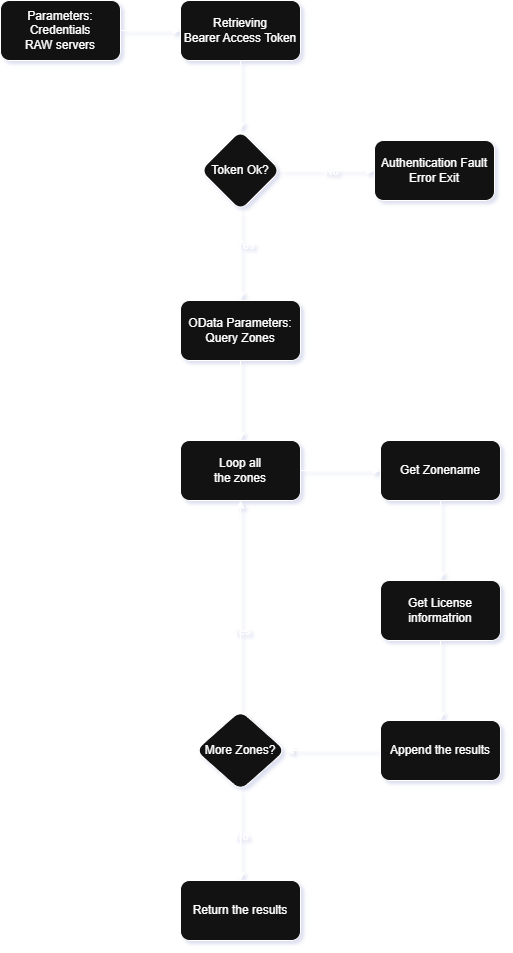
The draw.io diagram blog/2026-06-29-raw-restapi-licenses/img/diagram-process.png in Beijnes/Blogs, before a commit. Source tidied: cells renumbered, new cells last; positions are measured from the earlier drawing's top-left corner, leaving out a move shared by most shapes. Source of this version:
```xml
<mxGraphModel background="#ffffff" shadow="1">
  <root>
    <mxCell id="0" />
    <mxCell id="1" parent="0" />
    <mxCell id="2" style="edgeStyle=orthogonalEdgeStyle;rounded=1;jettySize=auto;html=1;labelBackgroundColor=none;fontColor=default;" parent="1" edge="1" source="3" target="5">
      <mxGeometry relative="1" as="geometry" />
    </mxCell>
    <mxCell id="3" value="Parameters:&lt;div&gt;Credentials&lt;/div&gt;&lt;div&gt;RAW servers&lt;/div&gt;" style="rounded=1;whiteSpace=wrap;html=1;labelBackgroundColor=none;" parent="1" vertex="1">
      <mxGeometry width="120" height="60" as="geometry" />
    </mxCell>
    <mxCell id="4" style="edgeStyle=orthogonalEdgeStyle;rounded=1;jettySize=auto;html=1;labelBackgroundColor=none;fontColor=default;" parent="1" edge="1" source="5" target="10">
      <mxGeometry relative="1" as="geometry" />
    </mxCell>
    <mxCell id="5" value="&lt;div&gt;Retrieving&lt;/div&gt;Bearer Access Token" style="whiteSpace=wrap;html=1;rounded=1;labelBackgroundColor=none;" parent="1" vertex="1">
      <mxGeometry x="180" width="120" height="60" as="geometry" />
    </mxCell>
    <mxCell id="6" style="edgeStyle=orthogonalEdgeStyle;rounded=1;jettySize=auto;html=1;labelBackgroundColor=none;fontColor=default;" parent="1" edge="1" source="10" target="11">
      <mxGeometry relative="1" as="geometry" />
    </mxCell>
    <mxCell id="7" value="No" style="edgeLabel;html=1;align=center;verticalAlign=middle;labelBackgroundColor=none;rounded=1;" parent="6" vertex="1">
      <mxGeometry x="0.13" y="-3" relative="1" as="geometry">
        <mxPoint x="-3" y="-3" as="offset" />
      </mxGeometry>
    </mxCell>
    <mxCell id="8" style="edgeStyle=orthogonalEdgeStyle;rounded=1;jettySize=auto;html=1;labelBackgroundColor=none;fontColor=default;" parent="1" edge="1" source="10" target="13">
      <mxGeometry relative="1" as="geometry" />
    </mxCell>
    <mxCell id="9" value="Yes" style="edgeLabel;html=1;align=center;verticalAlign=middle;labelBackgroundColor=none;rounded=1;" parent="8" vertex="1">
      <mxGeometry x="-0.23" y="4" relative="1" as="geometry" />
    </mxCell>
    <mxCell id="10" value="Token Ok?" style="rhombus;whiteSpace=wrap;html=1;rounded=1;labelBackgroundColor=none;" parent="1" vertex="1">
      <mxGeometry x="200" y="130" width="80" height="80" as="geometry" />
    </mxCell>
    <mxCell id="11" value="Authentication Fault&lt;div&gt;Error Exit&lt;/div&gt;" style="whiteSpace=wrap;html=1;rounded=1;labelBackgroundColor=none;" parent="1" vertex="1">
      <mxGeometry x="374" y="140" width="120" height="60" as="geometry" />
    </mxCell>
    <mxCell id="12" style="edgeStyle=orthogonalEdgeStyle;rounded=1;jettySize=auto;html=1;labelBackgroundColor=none;fontColor=default;" parent="1" edge="1" source="13" target="15">
      <mxGeometry relative="1" as="geometry" />
    </mxCell>
    <mxCell id="13" value="OData Parameters:&lt;div&gt;Query Zones&lt;/div&gt;" style="whiteSpace=wrap;html=1;rounded=1;labelBackgroundColor=none;" parent="1" vertex="1">
      <mxGeometry x="180" y="300" width="120" height="60" as="geometry" />
    </mxCell>
    <mxCell id="14" style="edgeStyle=orthogonalEdgeStyle;rounded=1;jettySize=auto;html=1;labelBackgroundColor=none;fontColor=default;" parent="1" edge="1" source="15" target="17">
      <mxGeometry relative="1" as="geometry" />
    </mxCell>
    <mxCell id="15" value="Loop all&lt;div&gt;&lt;span style=&quot;background-color: transparent; color: light-dark(rgb(0, 0, 0), rgb(255, 255, 255));&quot;&gt;the zones&lt;/span&gt;&lt;/div&gt;" style="whiteSpace=wrap;html=1;rounded=1;labelBackgroundColor=none;" parent="1" vertex="1">
      <mxGeometry x="180" y="440" width="120" height="60" as="geometry" />
    </mxCell>
    <mxCell id="16" style="edgeStyle=orthogonalEdgeStyle;rounded=1;jettySize=auto;html=1;labelBackgroundColor=none;fontColor=default;" parent="1" edge="1" source="17" target="19">
      <mxGeometry relative="1" as="geometry" />
    </mxCell>
    <mxCell id="17" value="Get Zonename" style="whiteSpace=wrap;html=1;rounded=1;labelBackgroundColor=none;" parent="1" vertex="1">
      <mxGeometry x="380" y="440" width="120" height="60" as="geometry" />
    </mxCell>
    <mxCell id="18" style="edgeStyle=orthogonalEdgeStyle;rounded=1;jettySize=auto;html=1;labelBackgroundColor=none;fontColor=default;" parent="1" edge="1" source="19" target="21">
      <mxGeometry relative="1" as="geometry" />
    </mxCell>
    <mxCell id="19" value="Get License i&lt;span style=&quot;background-color: transparent; color: light-dark(rgb(0, 0, 0), rgb(255, 255, 255));&quot;&gt;nformatrion&lt;/span&gt;" style="whiteSpace=wrap;html=1;rounded=1;labelBackgroundColor=none;" parent="1" vertex="1">
      <mxGeometry x="380" y="580" width="120" height="60" as="geometry" />
    </mxCell>
    <mxCell id="20" style="edgeStyle=orthogonalEdgeStyle;rounded=1;jettySize=auto;html=1;labelBackgroundColor=none;fontColor=default;" parent="1" edge="1" source="21" target="26">
      <mxGeometry relative="1" as="geometry" />
    </mxCell>
    <mxCell id="21" value="Append the results" style="whiteSpace=wrap;html=1;rounded=1;labelBackgroundColor=none;" parent="1" vertex="1">
      <mxGeometry x="380" y="720" width="120" height="60" as="geometry" />
    </mxCell>
    <mxCell id="22" style="edgeStyle=orthogonalEdgeStyle;rounded=1;jettySize=auto;html=1;entryX=0.5;entryY=1;entryDx=0;entryDy=0;labelBackgroundColor=none;fontColor=default;" parent="1" edge="1" source="26" target="15">
      <mxGeometry relative="1" as="geometry" />
    </mxCell>
    <mxCell id="23" value="Yes" style="edgeLabel;html=1;align=center;verticalAlign=middle;labelBackgroundColor=none;rounded=1;" parent="22" vertex="1">
      <mxGeometry x="-0.23" relative="1" as="geometry" />
    </mxCell>
    <mxCell id="24" style="edgeStyle=orthogonalEdgeStyle;rounded=1;jettySize=auto;html=1;labelBackgroundColor=none;fontColor=default;" parent="1" edge="1" source="26" target="27">
      <mxGeometry relative="1" as="geometry" />
    </mxCell>
    <mxCell id="25" value="No" style="edgeLabel;html=1;align=center;verticalAlign=middle;labelBackgroundColor=none;rounded=1;" parent="24" vertex="1">
      <mxGeometry x="0.01" relative="1" as="geometry" />
    </mxCell>
    <mxCell id="26" value="More Zones?" style="rhombus;whiteSpace=wrap;html=1;rounded=1;labelBackgroundColor=none;" parent="1" vertex="1">
      <mxGeometry x="195" y="710" width="90" height="80" as="geometry" />
    </mxCell>
    <mxCell id="27" value="Return the results" style="whiteSpace=wrap;html=1;rounded=1;labelBackgroundColor=none;" parent="1" vertex="1">
      <mxGeometry x="180" y="880" width="120" height="60" as="geometry" />
    </mxCell>
  </root>
</mxGraphModel>
```
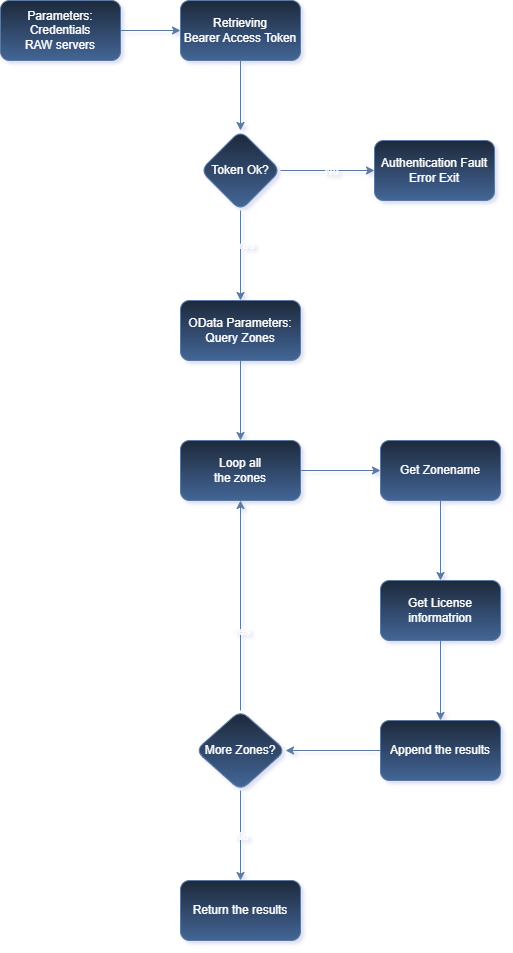
Above is the later version.

Diff of the diagram source:
```diff
@@ -2,19 +2,19 @@
   <root>
     <mxCell id="0" />
     <mxCell id="1" parent="0" />
-    <mxCell id="2" style="edgeStyle=orthogonalEdgeStyle;rounded=1;jettySize=auto;html=1;labelBackgroundColor=none;fontColor=default;" parent="1" edge="1" source="3" target="5">
+    <mxCell id="2" style="edgeStyle=orthogonalEdgeStyle;rounded=1;jettySize=auto;html=1;labelBackgroundColor=none;fontColor=default;fillColor=#dae8fc;strokeColor=#6c8ebf;gradientColor=#7ea6e0;" parent="1" edge="1" source="3" target="5">
       <mxGeometry relative="1" as="geometry" />
     </mxCell>
-    <mxCell id="3" value="Parameters:&lt;div&gt;Credentials&lt;/div&gt;&lt;div&gt;RAW servers&lt;/div&gt;" style="rounded=1;whiteSpace=wrap;html=1;labelBackgroundColor=none;" parent="1" vertex="1">
+    <mxCell id="3" value="Parameters:&lt;div&gt;Credentials&lt;/div&gt;&lt;div&gt;RAW servers&lt;/div&gt;" style="rounded=1;whiteSpace=wrap;html=1;labelBackgroundColor=none;fillColor=#dae8fc;strokeColor=#6c8ebf;gradientColor=#7ea6e0;" parent="1" vertex="1">
       <mxGeometry width="120" height="60" as="geometry" />
     </mxCell>
-    <mxCell id="4" style="edgeStyle=orthogonalEdgeStyle;rounded=1;jettySize=auto;html=1;labelBackgroundColor=none;fontColor=default;" parent="1" edge="1" source="5" target="10">
+    <mxCell id="4" style="edgeStyle=orthogonalEdgeStyle;rounded=1;jettySize=auto;html=1;labelBackgroundColor=none;fontColor=default;fillColor=#dae8fc;strokeColor=#6c8ebf;gradientColor=#7ea6e0;" parent="1" edge="1" source="5" target="10">
       <mxGeometry relative="1" as="geometry" />
     </mxCell>
-    <mxCell id="5" value="&lt;div&gt;Retrieving&lt;/div&gt;Bearer Access Token" style="whiteSpace=wrap;html=1;rounded=1;labelBackgroundColor=none;" parent="1" vertex="1">
+    <mxCell id="5" value="&lt;div&gt;Retrieving&lt;/div&gt;Bearer Access Token" style="whiteSpace=wrap;html=1;rounded=1;labelBackgroundColor=none;fillColor=#dae8fc;strokeColor=#6c8ebf;gradientColor=#7ea6e0;" parent="1" vertex="1">
       <mxGeometry x="180" width="120" height="60" as="geometry" />
     </mxCell>
-    <mxCell id="6" style="edgeStyle=orthogonalEdgeStyle;rounded=1;jettySize=auto;html=1;labelBackgroundColor=none;fontColor=default;" parent="1" edge="1" source="10" target="11">
+    <mxCell id="6" style="edgeStyle=orthogonalEdgeStyle;rounded=1;jettySize=auto;html=1;labelBackgroundColor=none;fontColor=default;fillColor=#dae8fc;strokeColor=#6c8ebf;gradientColor=#7ea6e0;" parent="1" edge="1" source="10" target="11">
       <mxGeometry relative="1" as="geometry" />
     </mxCell>
     <mxCell id="7" value="No" style="edgeLabel;html=1;align=center;verticalAlign=middle;labelBackgroundColor=none;rounded=1;" parent="6" vertex="1">
@@ -22,64 +22,64 @@
         <mxPoint x="-3" y="-3" as="offset" />
       </mxGeometry>
     </mxCell>
-    <mxCell id="8" style="edgeStyle=orthogonalEdgeStyle;rounded=1;jettySize=auto;html=1;labelBackgroundColor=none;fontColor=default;" parent="1" edge="1" source="10" target="13">
+    <mxCell id="8" style="edgeStyle=orthogonalEdgeStyle;rounded=1;jettySize=auto;html=1;labelBackgroundColor=none;fontColor=default;fillColor=#dae8fc;strokeColor=#6c8ebf;gradientColor=#7ea6e0;" parent="1" edge="1" source="10" target="13">
       <mxGeometry relative="1" as="geometry" />
     </mxCell>
     <mxCell id="9" value="Yes" style="edgeLabel;html=1;align=center;verticalAlign=middle;labelBackgroundColor=none;rounded=1;" parent="8" vertex="1">
       <mxGeometry x="-0.23" y="4" relative="1" as="geometry" />
     </mxCell>
-    <mxCell id="10" value="Token Ok?" style="rhombus;whiteSpace=wrap;html=1;rounded=1;labelBackgroundColor=none;" parent="1" vertex="1">
+    <mxCell id="10" value="Token Ok?" style="rhombus;whiteSpace=wrap;html=1;rounded=1;labelBackgroundColor=none;fillColor=#dae8fc;strokeColor=#6c8ebf;gradientColor=#7ea6e0;" parent="1" vertex="1">
       <mxGeometry x="200" y="130" width="80" height="80" as="geometry" />
     </mxCell>
-    <mxCell id="11" value="Authentication Fault&lt;div&gt;Error Exit&lt;/div&gt;" style="whiteSpace=wrap;html=1;rounded=1;labelBackgroundColor=none;" parent="1" vertex="1">
+    <mxCell id="11" value="Authentication Fault&lt;div&gt;Error Exit&lt;/div&gt;" style="whiteSpace=wrap;html=1;rounded=1;labelBackgroundColor=none;fillColor=#dae8fc;strokeColor=#6c8ebf;gradientColor=#7ea6e0;" parent="1" vertex="1">
       <mxGeometry x="374" y="140" width="120" height="60" as="geometry" />
     </mxCell>
-    <mxCell id="12" style="edgeStyle=orthogonalEdgeStyle;rounded=1;jettySize=auto;html=1;labelBackgroundColor=none;fontColor=default;" parent="1" edge="1" source="13" target="15">
+    <mxCell id="12" style="edgeStyle=orthogonalEdgeStyle;rounded=1;jettySize=auto;html=1;labelBackgroundColor=none;fontColor=default;fillColor=#dae8fc;strokeColor=#6c8ebf;gradientColor=#7ea6e0;" parent="1" edge="1" source="13" target="15">
       <mxGeometry relative="1" as="geometry" />
     </mxCell>
-    <mxCell id="13" value="OData Parameters:&lt;div&gt;Query Zones&lt;/div&gt;" style="whiteSpace=wrap;html=1;rounded=1;labelBackgroundColor=none;" parent="1" vertex="1">
+    <mxCell id="13" value="OData Parameters:&lt;div&gt;Query Zones&lt;/div&gt;" style="whiteSpace=wrap;html=1;rounded=1;labelBackgroundColor=none;fillColor=#dae8fc;strokeColor=#6c8ebf;gradientColor=#7ea6e0;" parent="1" vertex="1">
       <mxGeometry x="180" y="300" width="120" height="60" as="geometry" />
     </mxCell>
-    <mxCell id="14" style="edgeStyle=orthogonalEdgeStyle;rounded=1;jettySize=auto;html=1;labelBackgroundColor=none;fontColor=default;" parent="1" edge="1" source="15" target="17">
+    <mxCell id="14" style="edgeStyle=orthogonalEdgeStyle;rounded=1;jettySize=auto;html=1;labelBackgroundColor=none;fontColor=default;fillColor=#dae8fc;strokeColor=#6c8ebf;gradientColor=#7ea6e0;" parent="1" edge="1" source="15" target="17">
       <mxGeometry relative="1" as="geometry" />
     </mxCell>
-    <mxCell id="15" value="Loop all&lt;div&gt;&lt;span style=&quot;background-color: transparent; color: light-dark(rgb(0, 0, 0), rgb(255, 255, 255));&quot;&gt;the zones&lt;/span&gt;&lt;/div&gt;" style="whiteSpace=wrap;html=1;rounded=1;labelBackgroundColor=none;" parent="1" vertex="1">
+    <mxCell id="15" value="Loop all&lt;div&gt;&lt;span style=&quot;background-color: transparent; color: light-dark(rgb(0, 0, 0), rgb(255, 255, 255));&quot;&gt;the zones&lt;/span&gt;&lt;/div&gt;" style="whiteSpace=wrap;html=1;rounded=1;labelBackgroundColor=none;fillColor=#dae8fc;strokeColor=#6c8ebf;gradientColor=#7ea6e0;" parent="1" vertex="1">
       <mxGeometry x="180" y="440" width="120" height="60" as="geometry" />
     </mxCell>
-    <mxCell id="16" style="edgeStyle=orthogonalEdgeStyle;rounded=1;jettySize=auto;html=1;labelBackgroundColor=none;fontColor=default;" parent="1" edge="1" source="17" target="19">
+    <mxCell id="16" style="edgeStyle=orthogonalEdgeStyle;rounded=1;jettySize=auto;html=1;labelBackgroundColor=none;fontColor=default;fillColor=#dae8fc;strokeColor=#6c8ebf;gradientColor=#7ea6e0;" parent="1" edge="1" source="17" target="19">
       <mxGeometry relative="1" as="geometry" />
     </mxCell>
-    <mxCell id="17" value="Get Zonename" style="whiteSpace=wrap;html=1;rounded=1;labelBackgroundColor=none;" parent="1" vertex="1">
+    <mxCell id="17" value="Get Zonename" style="whiteSpace=wrap;html=1;rounded=1;labelBackgroundColor=none;fillColor=#dae8fc;strokeColor=#6c8ebf;gradientColor=#7ea6e0;" parent="1" vertex="1">
       <mxGeometry x="380" y="440" width="120" height="60" as="geometry" />
     </mxCell>
-    <mxCell id="18" style="edgeStyle=orthogonalEdgeStyle;rounded=1;jettySize=auto;html=1;labelBackgroundColor=none;fontColor=default;" parent="1" edge="1" source="19" target="21">
+    <mxCell id="18" style="edgeStyle=orthogonalEdgeStyle;rounded=1;jettySize=auto;html=1;labelBackgroundColor=none;fontColor=default;fillColor=#dae8fc;strokeColor=#6c8ebf;gradientColor=#7ea6e0;" parent="1" edge="1" source="19" target="21">
       <mxGeometry relative="1" as="geometry" />
     </mxCell>
-    <mxCell id="19" value="Get License i&lt;span style=&quot;background-color: transparent; color: light-dark(rgb(0, 0, 0), rgb(255, 255, 255));&quot;&gt;nformatrion&lt;/span&gt;" style="whiteSpace=wrap;html=1;rounded=1;labelBackgroundColor=none;" parent="1" vertex="1">
+    <mxCell id="19" value="Get License i&lt;span style=&quot;background-color: transparent; color: light-dark(rgb(0, 0, 0), rgb(255, 255, 255));&quot;&gt;nformatrion&lt;/span&gt;" style="whiteSpace=wrap;html=1;rounded=1;labelBackgroundColor=none;fillColor=#dae8fc;strokeColor=#6c8ebf;gradientColor=#7ea6e0;" parent="1" vertex="1">
       <mxGeometry x="380" y="580" width="120" height="60" as="geometry" />
     </mxCell>
-    <mxCell id="20" style="edgeStyle=orthogonalEdgeStyle;rounded=1;jettySize=auto;html=1;labelBackgroundColor=none;fontColor=default;" parent="1" edge="1" source="21" target="26">
+    <mxCell id="20" style="edgeStyle=orthogonalEdgeStyle;rounded=1;jettySize=auto;html=1;labelBackgroundColor=none;fontColor=default;fillColor=#dae8fc;strokeColor=#6c8ebf;gradientColor=#7ea6e0;" parent="1" edge="1" source="21" target="26">
       <mxGeometry relative="1" as="geometry" />
     </mxCell>
-    <mxCell id="21" value="Append the results" style="whiteSpace=wrap;html=1;rounded=1;labelBackgroundColor=none;" parent="1" vertex="1">
+    <mxCell id="21" value="Append the results" style="whiteSpace=wrap;html=1;rounded=1;labelBackgroundColor=none;fillColor=#dae8fc;strokeColor=#6c8ebf;gradientColor=#7ea6e0;" parent="1" vertex="1">
       <mxGeometry x="380" y="720" width="120" height="60" as="geometry" />
     </mxCell>
-    <mxCell id="22" style="edgeStyle=orthogonalEdgeStyle;rounded=1;jettySize=auto;html=1;entryX=0.5;entryY=1;entryDx=0;entryDy=0;labelBackgroundColor=none;fontColor=default;" parent="1" edge="1" source="26" target="15">
+    <mxCell id="22" style="edgeStyle=orthogonalEdgeStyle;rounded=1;jettySize=auto;html=1;entryX=0.5;entryY=1;entryDx=0;entryDy=0;labelBackgroundColor=none;fontColor=default;fillColor=#dae8fc;strokeColor=#6c8ebf;gradientColor=#7ea6e0;" parent="1" edge="1" source="26" target="15">
       <mxGeometry relative="1" as="geometry" />
     </mxCell>
     <mxCell id="23" value="Yes" style="edgeLabel;html=1;align=center;verticalAlign=middle;labelBackgroundColor=none;rounded=1;" parent="22" vertex="1">
       <mxGeometry x="-0.23" relative="1" as="geometry" />
     </mxCell>
-    <mxCell id="24" style="edgeStyle=orthogonalEdgeStyle;rounded=1;jettySize=auto;html=1;labelBackgroundColor=none;fontColor=default;" parent="1" edge="1" source="26" target="27">
+    <mxCell id="24" style="edgeStyle=orthogonalEdgeStyle;rounded=1;jettySize=auto;html=1;labelBackgroundColor=none;fontColor=default;fillColor=#dae8fc;strokeColor=#6c8ebf;gradientColor=#7ea6e0;" parent="1" edge="1" source="26" target="27">
       <mxGeometry relative="1" as="geometry" />
     </mxCell>
     <mxCell id="25" value="No" style="edgeLabel;html=1;align=center;verticalAlign=middle;labelBackgroundColor=none;rounded=1;" parent="24" vertex="1">
       <mxGeometry x="0.01" relative="1" as="geometry" />
     </mxCell>
-    <mxCell id="26" value="More Zones?" style="rhombus;whiteSpace=wrap;html=1;rounded=1;labelBackgroundColor=none;" parent="1" vertex="1">
+    <mxCell id="26" value="More Zones?" style="rhombus;whiteSpace=wrap;html=1;rounded=1;labelBackgroundColor=none;fillColor=#dae8fc;strokeColor=#6c8ebf;gradientColor=#7ea6e0;" parent="1" vertex="1">
       <mxGeometry x="195" y="710" width="90" height="80" as="geometry" />
     </mxCell>
-    <mxCell id="27" value="Return the results" style="whiteSpace=wrap;html=1;rounded=1;labelBackgroundColor=none;" parent="1" vertex="1">
+    <mxCell id="27" value="Return the results" style="whiteSpace=wrap;html=1;rounded=1;labelBackgroundColor=none;fillColor=#dae8fc;strokeColor=#6c8ebf;gradientColor=#7ea6e0;" parent="1" vertex="1">
       <mxGeometry x="180" y="880" width="120" height="60" as="geometry" />
     </mxCell>
   </root>
```
